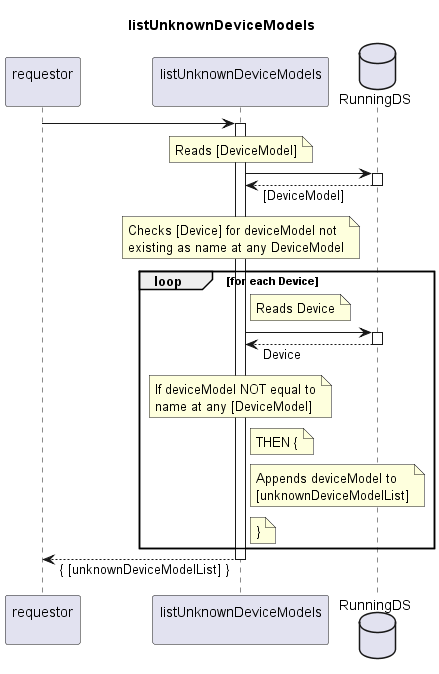
This is spec/Services/listUnknownDeviceModels/1.0.0/listUnknownDeviceModels.png from openBackhaul/FirmWareManager, a PlantUML export, as it was before one commit.
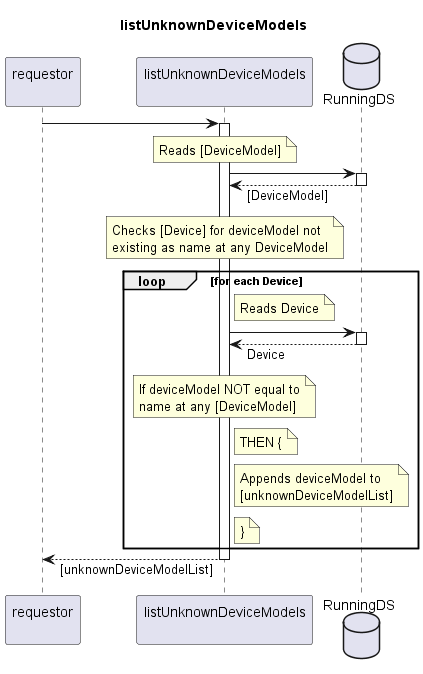
Above is the later version.

Change to the diagram source:
```diff
@@ -48,7 +48,7 @@
     end note
   end loop
 
-requestor <-- indServ: { [unknownDeviceModelList] }
+requestor <-- indServ: [unknownDeviceModelList]
 deactivate indServ
 
 @enduml
```
